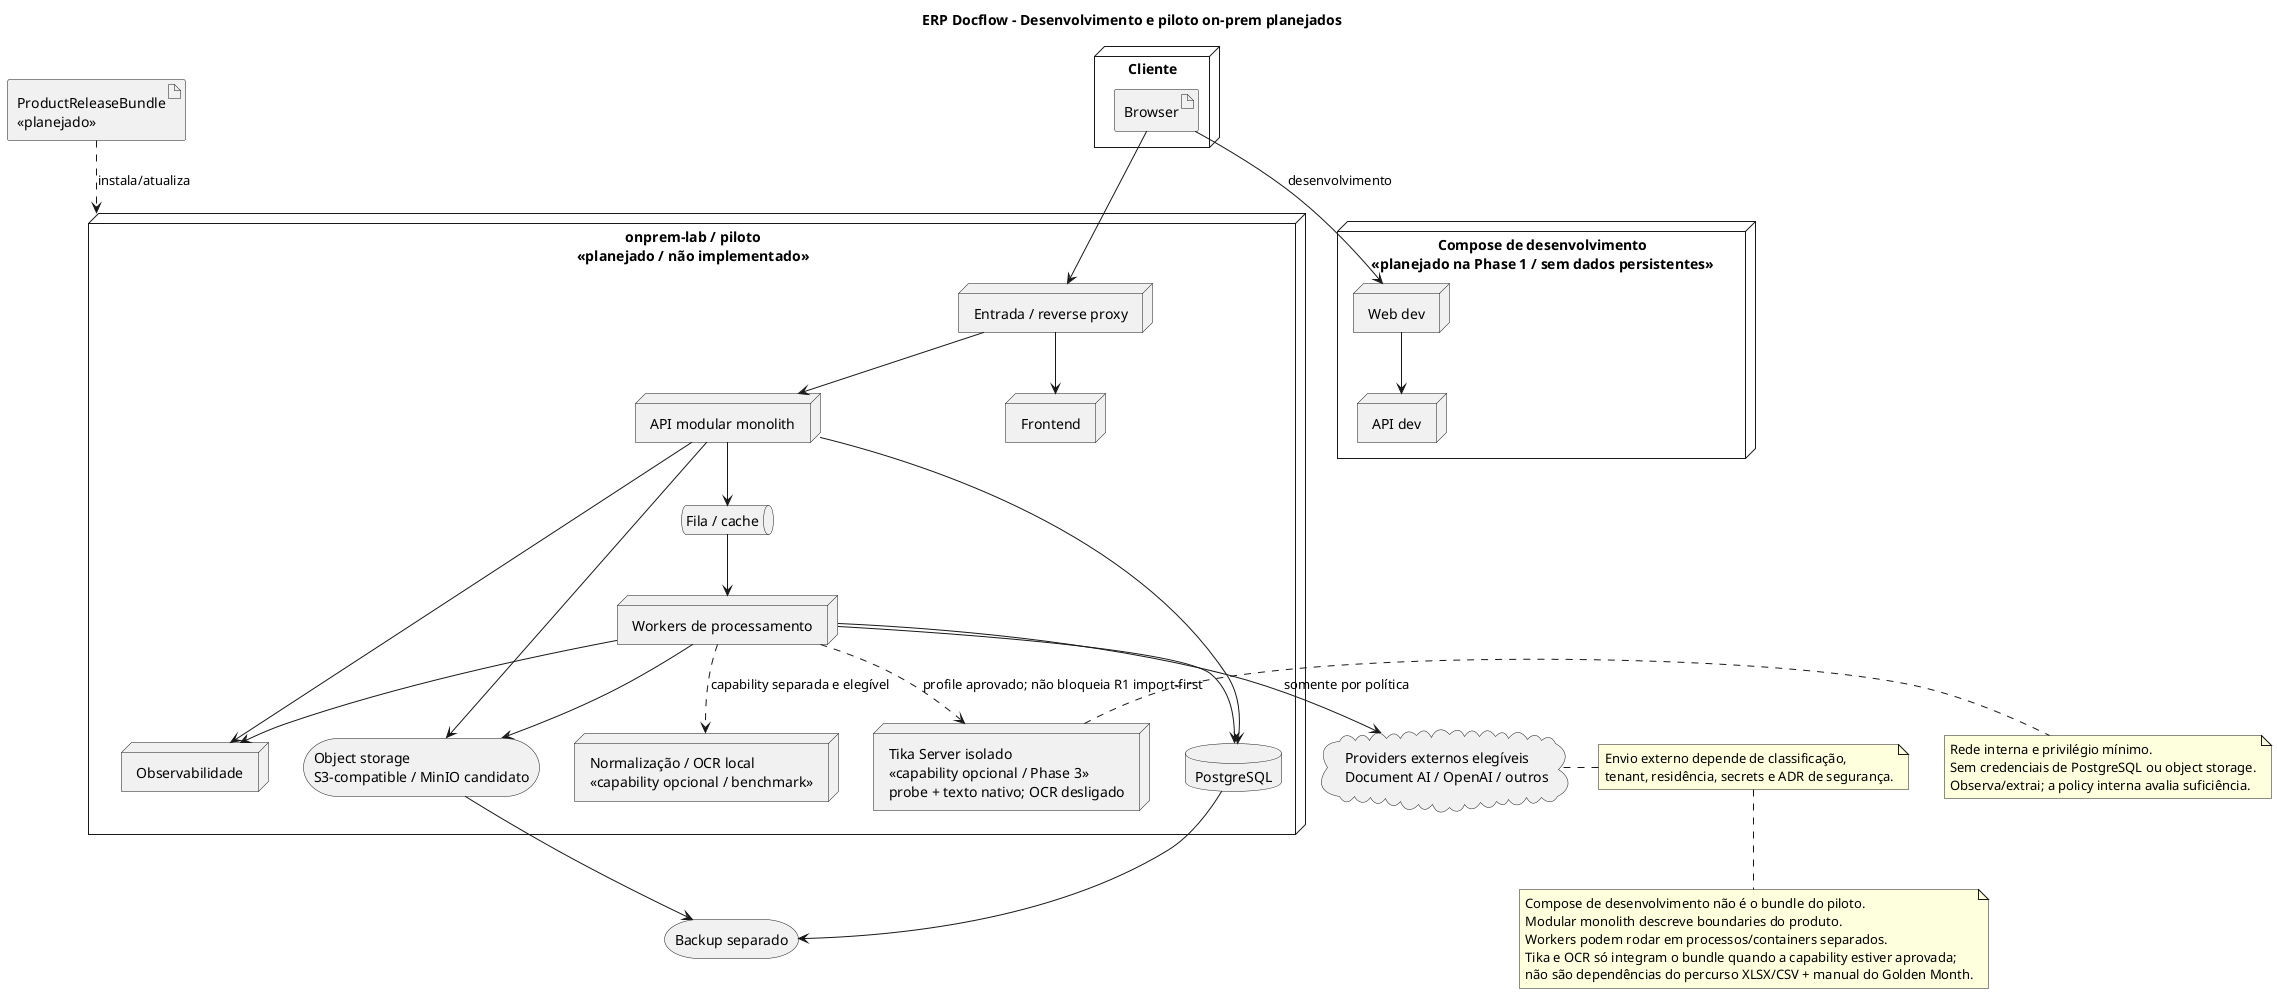
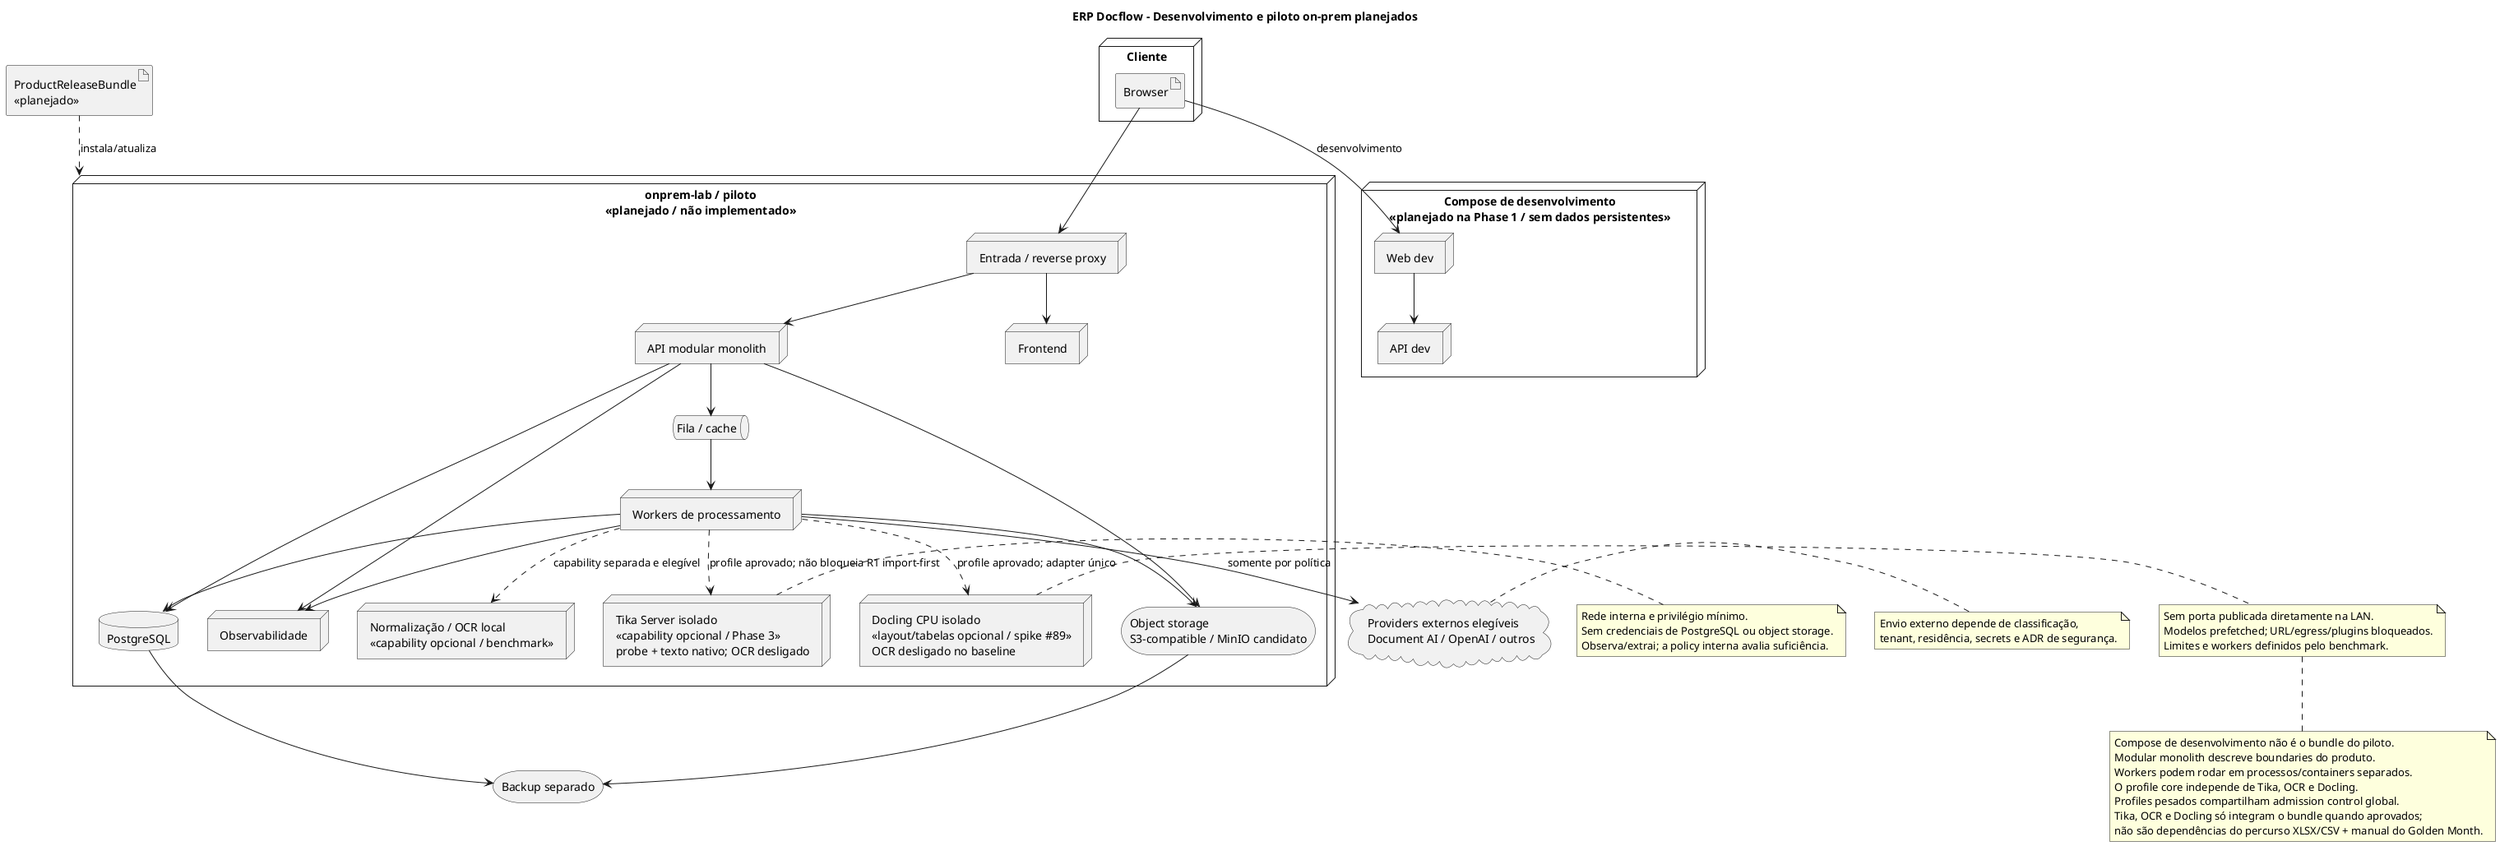
@startuml
- ' Issues #22 and #73
+ ' Issues #22, #73, #88 and #89
' Related ADRs: ADR-0001, ADR-0008, ADR-0010, ADR-0011, ADR-0014, ADR-0015, ADR-0016 (proposed)
' Guardrail: target deployment view; no service/container is implemented.

title ERP Docflow - Desenvolvimento e piloto on-prem planejados

node "Cliente" as Client {
  artifact "Browser" as Browser
}

node "Compose de desenvolvimento\n<<planejado na Phase 1 / sem dados persistentes>>" as Dev {
  node "Web dev" as DevWeb
  node "API dev" as DevAPI
}

artifact "ProductReleaseBundle\n<<planejado>>" as ReleaseBundle

node "onprem-lab / piloto\n<<planejado / não implementado>>" as OnPrem {
  node "Entrada / reverse proxy" as Edge
  node "Frontend" as Frontend
  node "API modular monolith" as API
  node "Workers de processamento" as Workers
  queue "Fila / cache" as Queue
  database "PostgreSQL" as Postgres
  storage "Object storage\nS3-compatible / MinIO candidato" as Objects
  node "Tika Server isolado\n<<capability opcional / Phase 3>>\nprobe + texto nativo; OCR desligado" as Tika
  node "Normalização / OCR local\n<<capability opcional / benchmark>>" as LocalOCR
+   node "Docling CPU isolado\n<<layout/tabelas opcional / spike #89>>\nOCR desligado no baseline" as Docling
  node "Observabilidade" as Observability
}

cloud "Providers externos elegíveis\nDocument AI / OpenAI / outros" as CloudProviders
storage "Backup separado" as Backup

Browser --> Edge
Browser --> DevWeb : desenvolvimento
DevWeb --> DevAPI
ReleaseBundle ..> OnPrem : instala/atualiza
Edge --> Frontend
Edge --> API
API --> Postgres
API --> Objects
API --> Queue
Queue --> Workers
Workers ..> Tika : profile aprovado; não bloqueia R1 import-first
Workers ..> LocalOCR : capability separada e elegível
+ Workers ..> Docling : profile aprovado; adapter único
Workers --> CloudProviders : somente por política
Workers --> Postgres
Workers --> Objects
API --> Observability
Workers --> Observability
Postgres --> Backup
Objects --> Backup

note right of Tika
  Rede interna e privilégio mínimo.
  Sem credenciais de PostgreSQL ou object storage.
  Observa/extrai; a policy interna avalia suficiência.
end note

note right of CloudProviders
  Envio externo depende de classificação,
  tenant, residência, secrets e ADR de segurança.
end note

+ note right of Docling
+   Sem porta publicada diretamente na LAN.
+   Modelos prefetched; URL/egress/plugins bloqueados.
+   Limites e workers definidos pelo benchmark.
+ end note
+ 
note bottom
  Compose de desenvolvimento não é o bundle do piloto.
  Modular monolith descreve boundaries do produto.
  Workers podem rodar em processos/containers separados.
-   Tika e OCR só integram o bundle quando a capability estiver aprovada;
+   O profile core independe de Tika, OCR e Docling.
+   Profiles pesados compartilham admission control global.
+   Tika, OCR e Docling só integram o bundle quando aprovados;
  não são dependências do percurso XLSX/CSV + manual do Golden Month.
end note

@enduml
